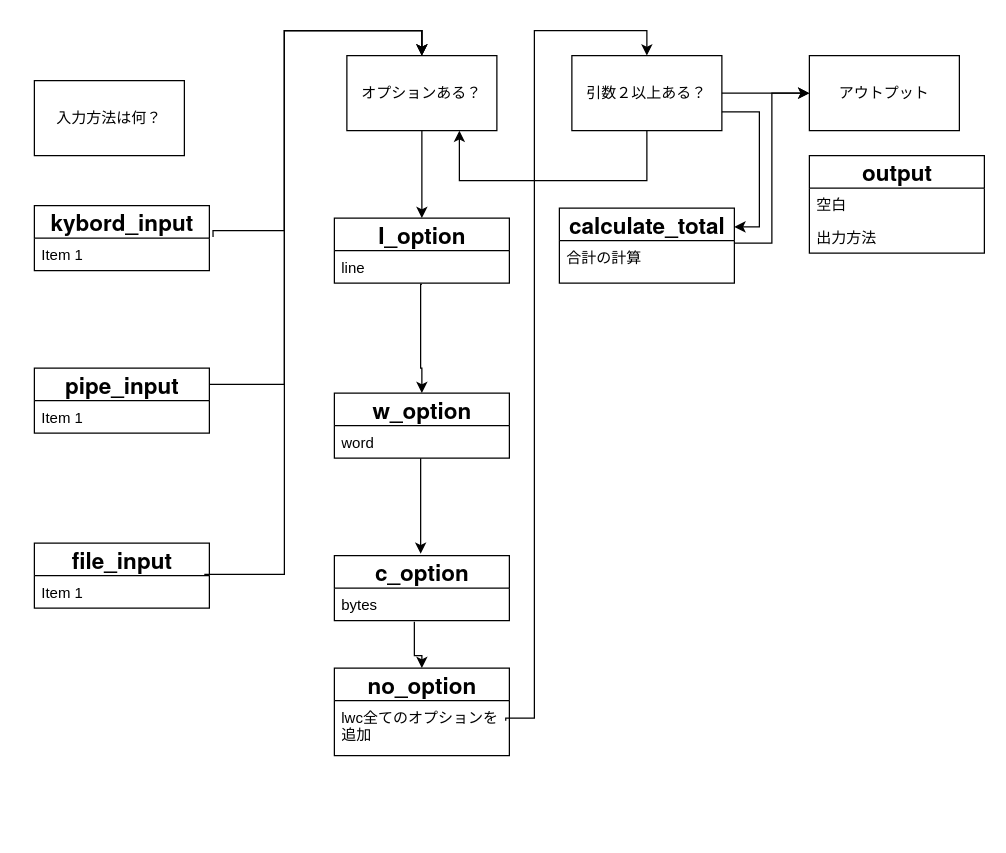
Earlier version of the draw.io diagram wcコマンド.drawio (namacosansan/ER). Source tidied: cells renumbered, new cells numbered last; positions are measured from the earlier drawing's top-left corner, leaving out a move shared by most shapes. Both pictures are drawn from the tidied source at 125%, with x=0, y=0 at pixel (34, 30).
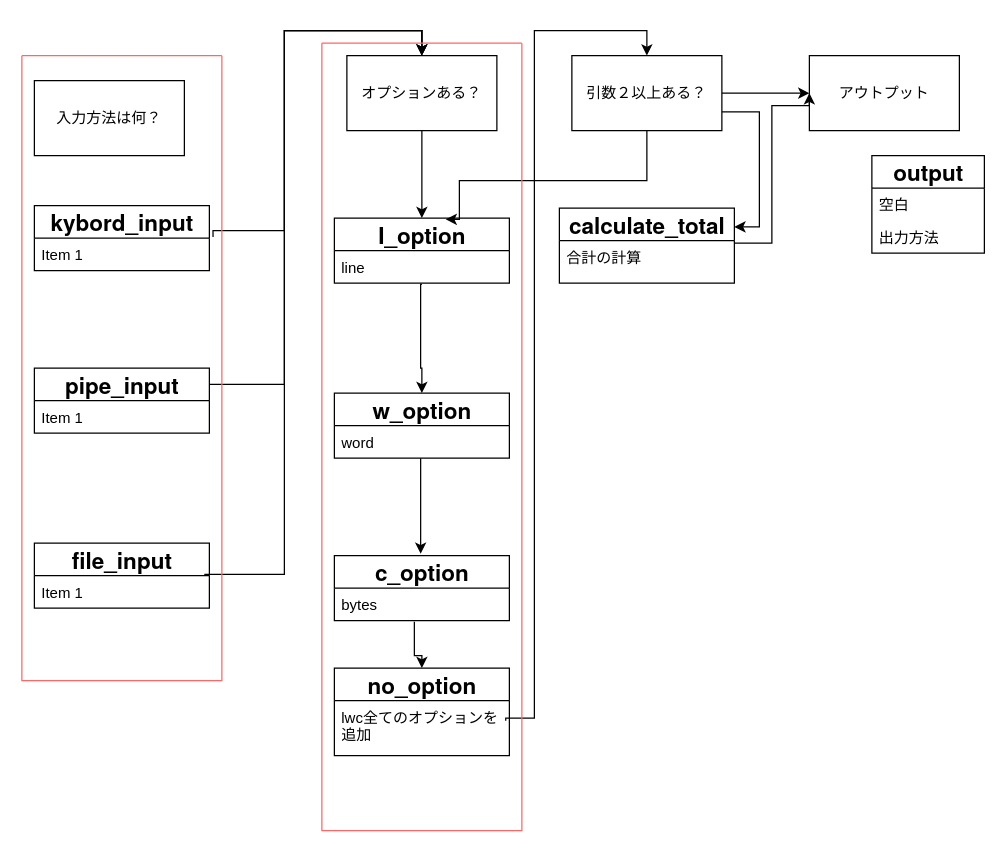
After the change.

Commit message (it also covers changes not shown here):
wcコマンド.drawio を更新します

The change refers to these unchanged cells:
```xml
<mxCell id="13" value="&lt;p style=&quot;margin: 0px; font-variant-numeric: normal; font-variant-east-asian: normal; font-variant-alternates: normal; font-size-adjust: none; font-kerning: auto; font-optical-sizing: auto; font-feature-settings: normal; font-variation-settings: normal; font-variant-position: normal; font-variant-emoji: normal; font-stretch: normal; font-size: 18px; line-height: normal; font-family: &amp;quot;Helvetica Neue&amp;quot;; text-align: start; text-wrap-mode: wrap;&quot; class=&quot;p1&quot;&gt;&lt;b&gt;I_&lt;/b&gt;&lt;b style=&quot;background-color: transparent; color: light-dark(rgb(0, 0, 0), rgb(255, 255, 255));&quot;&gt;option&lt;/b&gt;&lt;/p&gt;" style="swimlane;fontStyle=0;horizontal=1;startSize=26;fillColor=none;html=1;" parent="1" vertex="1">
  <mxGeometry x="240" y="150" width="140" height="52" as="geometry" />
</mxCell>
<mxCell id="20" value="オプションある？" style="whiteSpace=wrap;html=1;align=center;newEdgeStyle={&quot;edgeStyle&quot;:&quot;elbowEdgeStyle&quot;,&quot;startArrow&quot;:&quot;none&quot;,&quot;endArrow&quot;:&quot;none&quot;};" parent="1" vertex="1">
  <mxGeometry x="250" y="20" width="120" height="60" as="geometry" />
</mxCell>
<mxCell id="21" value="引数２以上ある？" style="whiteSpace=wrap;html=1;align=center;newEdgeStyle={&quot;edgeStyle&quot;:&quot;elbowEdgeStyle&quot;,&quot;startArrow&quot;:&quot;none&quot;,&quot;endArrow&quot;:&quot;none&quot;};" parent="1" vertex="1">
  <mxGeometry x="430" y="20" width="120" height="60" as="geometry" />
</mxCell>
<mxCell id="22" value="アウトプット" style="whiteSpace=wrap;html=1;align=center;newEdgeStyle={&quot;edgeStyle&quot;:&quot;elbowEdgeStyle&quot;,&quot;startArrow&quot;:&quot;none&quot;,&quot;endArrow&quot;:&quot;none&quot;};" parent="1" vertex="1">
  <mxGeometry x="620" y="20" width="120" height="60" as="geometry" />
</mxCell>
<mxCell id="24" value="合計の計算" style="text;strokeColor=none;fillColor=none;align=left;verticalAlign=top;spacingLeft=4;spacingRight=4;overflow=hidden;points=[[0,0.5],[1,0.5]];portConstraint=eastwest;whiteSpace=wrap;html=1;" parent="23" vertex="1">
  <mxGeometry y="26" width="140" height="34" as="geometry" />
</mxCell>
```

Change to the diagram source:
```diff
@@
     <mxCell id="25" value="&lt;p style=&quot;margin: 0px; font-variant-numeric: normal; font-variant-east-asian: normal; font-variant-alternates: normal; font-size-adjust: none; font-kerning: auto; font-optical-sizing: auto; font-feature-settings: normal; font-variation-settings: normal; font-variant-position: normal; font-variant-emoji: normal; font-stretch: normal; font-size: 18px; line-height: normal; font-family: &amp;quot;Helvetica Neue&amp;quot;; text-align: start; text-wrap-mode: wrap;&quot; class=&quot;p1&quot;&gt;&lt;b&gt;output&lt;/b&gt;&lt;/p&gt;" style="swimlane;fontStyle=0;horizontal=1;startSize=26;fillColor=none;html=1;" parent="1" vertex="1">
-      <mxGeometry x="620" y="100" width="140" height="78" as="geometry" />
+      <mxGeometry x="670" y="100" width="90" height="78" as="geometry" />
     </mxCell>
     <mxCell id="26" value="空白" style="text;strokeColor=none;fillColor=none;align=left;verticalAlign=top;spacingLeft=4;spacingRight=4;overflow=hidden;whiteSpace=wrap;html=1;" parent="25" vertex="1">
-      <mxGeometry y="26" width="140" height="26" as="geometry" />
+      <mxGeometry y="26" width="90" height="26" as="geometry" />
     </mxCell>
     <mxCell id="27" value="出力方法" style="text;strokeColor=none;fillColor=none;align=left;verticalAlign=top;spacingLeft=4;spacingRight=4;overflow=hidden;whiteSpace=wrap;html=1;" parent="25" vertex="1">
-      <mxGeometry y="52" width="140" height="26" as="geometry" />
+      <mxGeometry y="52" width="90" height="26" as="geometry" />
     </mxCell>
@@
-    <mxCell id="32" style="edgeStyle=orthogonalEdgeStyle;rounded=0;jettySize=auto;html=1;exitX=0.5;exitY=1;exitDx=0;exitDy=0;entryX=0.75;entryY=1;entryDx=0;entryDy=0;" parent="1" edge="1" source="21" target="20">
+    <mxCell id="32" style="edgeStyle=orthogonalEdgeStyle;rounded=0;jettySize=auto;html=1;exitX=0.5;exitY=1;exitDx=0;exitDy=0;entryX=0.636;entryY=0.019;entryDx=0;entryDy=0;entryPerimeter=0;" parent="1" edge="1" source="21" target="13">
       <mxGeometry relative="1" as="geometry">
         <Array as="points">
           <mxPoint x="490" y="120" />
           <mxPoint x="340" y="120" />
+          <mxPoint x="340" y="151" />
         </Array>
       </mxGeometry>
     </mxCell>
@@
     <mxCell id="34" style="edgeStyle=orthogonalEdgeStyle;rounded=0;jettySize=auto;html=1;exitX=1;exitY=0.059;exitDx=0;exitDy=0;entryX=0;entryY=0.5;entryDx=0;entryDy=0;exitPerimeter=0;" parent="1" edge="1" source="24" target="22">
-      <mxGeometry relative="1" as="geometry" />
+      <mxGeometry relative="1" as="geometry">
+        <Array as="points">
+          <mxPoint x="590" y="170" />
+          <mxPoint x="590" y="60" />
+          <mxPoint x="620" y="60" />
+        </Array>
+      </mxGeometry>
     </mxCell>
@@
+    <mxCell id="37" style="edgeStyle=elbowEdgeStyle;rounded=0;orthogonalLoop=1;jettySize=auto;html=1;startArrow=none;endArrow=none;exitX=1;exitY=0.5;exitDx=0;exitDy=0;" parent="1" edge="1" source="22" target="22">
+      <mxGeometry relative="1" as="geometry" />
+    </mxCell>
+    <mxCell id="38" style="swimlane;startSize=0;strokeColor=#FF6666;" parent="1" vertex="1">
+      <mxGeometry x="-10" y="20" width="160" height="500" as="geometry" />
+    </mxCell>
+    <mxCell id="39" style="swimlane;startSize=0;strokeColor=#FF6666;" parent="1" vertex="1">
+      <mxGeometry x="230" y="10" width="160" height="630" as="geometry" />
+    </mxCell>
```
